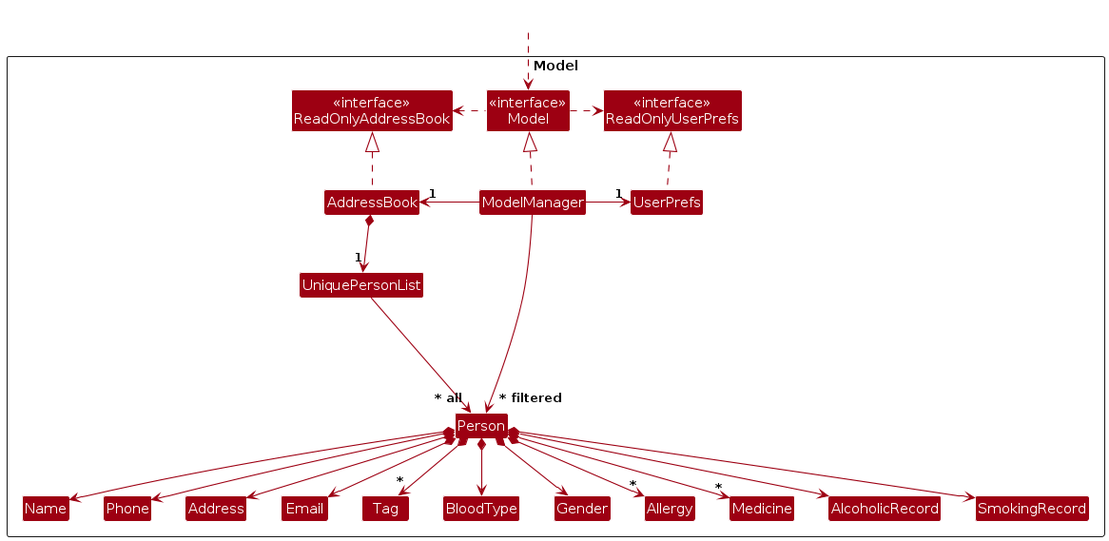
This is diagrams/ModelClassDiagram.png from Soo42/tp, a PlantUML export, as it was before one commit. Its source is kept beside it as diagrams/ModelClassDiagram.puml.
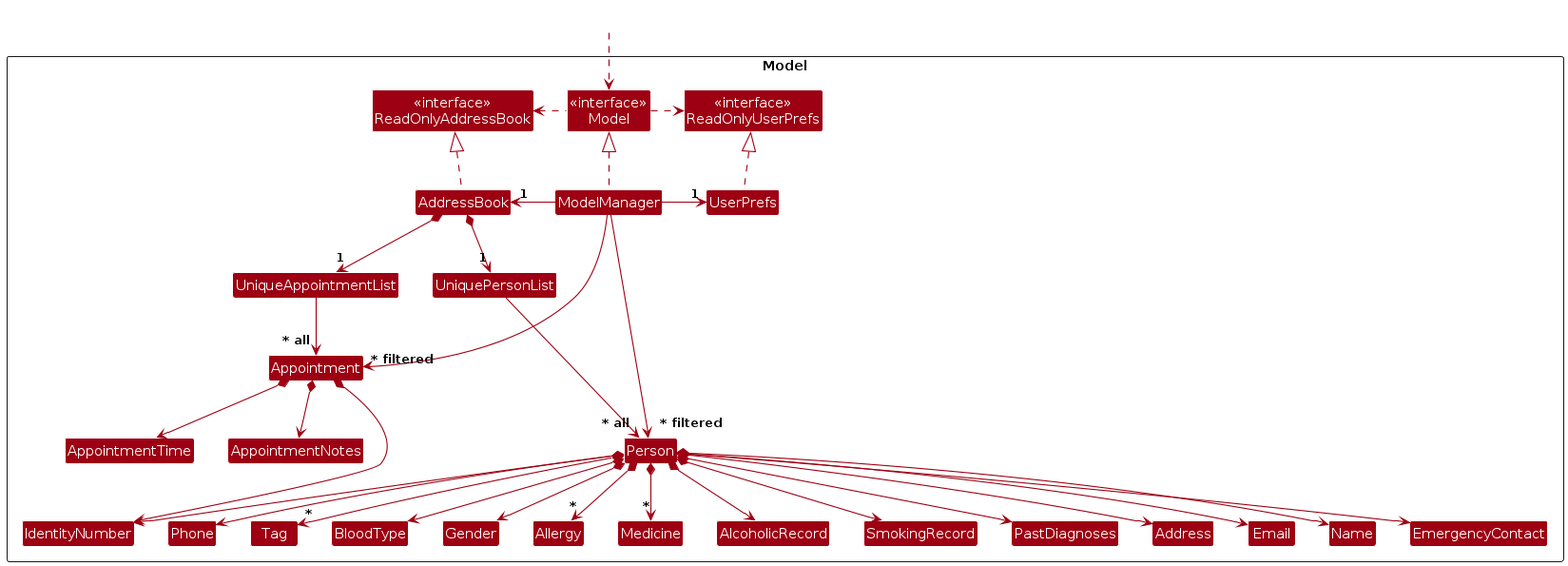
The same file after the commit.

Diff of the diagram source:
```diff
@@ -15,7 +15,9 @@
 Class UniquePersonList
 Class Person
 Class Address
+Class EmergencyContact
 Class Email
+Class IdentityNumber
 Class Name
 Class Phone
 Class Tag
@@ -25,6 +27,11 @@
 Class Medicine
 Class AlcoholicRecord
 Class SmokingRecord
+Class PastDiagnoses
+Class UniqueAppointmentList
+Class Appointment
+Class AppointmentTime
+Class AppointmentNotes
 
 Class I #FFFFFF
 }
@@ -42,11 +49,15 @@
 UserPrefs .up.|> ReadOnlyUserPrefs
 
 AddressBook *--> "1" UniquePersonList
+AddressBook *--> "1" UniqueAppointmentList
 UniquePersonList --> "~* all" Person
+UniqueAppointmentList --> "~* all" Appointment
 Person *--> Name
+Person *--> IdentityNumber
 Person *--> Phone
 Person *--> Email
 Person *--> Address
+Person *--> EmergencyContact
 Person *--> "*" Tag
 Person *--> BloodType
 Person *--> Gender
@@ -54,7 +65,11 @@
 Person *--> "*" Allergy
 Person *--> AlcoholicRecord
 Person *--> SmokingRecord
+Person *--> PastDiagnoses
 
+Appointment *--> AppointmentTime
+Appointment *--> AppointmentNotes
+Appointment *--> IdentityNumber
 Person -[hidden]up--> I
 UniquePersonList -[hidden]right-> I
 
@@ -63,4 +78,5 @@
 Address -[hidden]right-> Email
 
 ModelManager --> "~* filtered" Person
+ModelManager --> "~* filtered" Appointment
 @enduml
```
